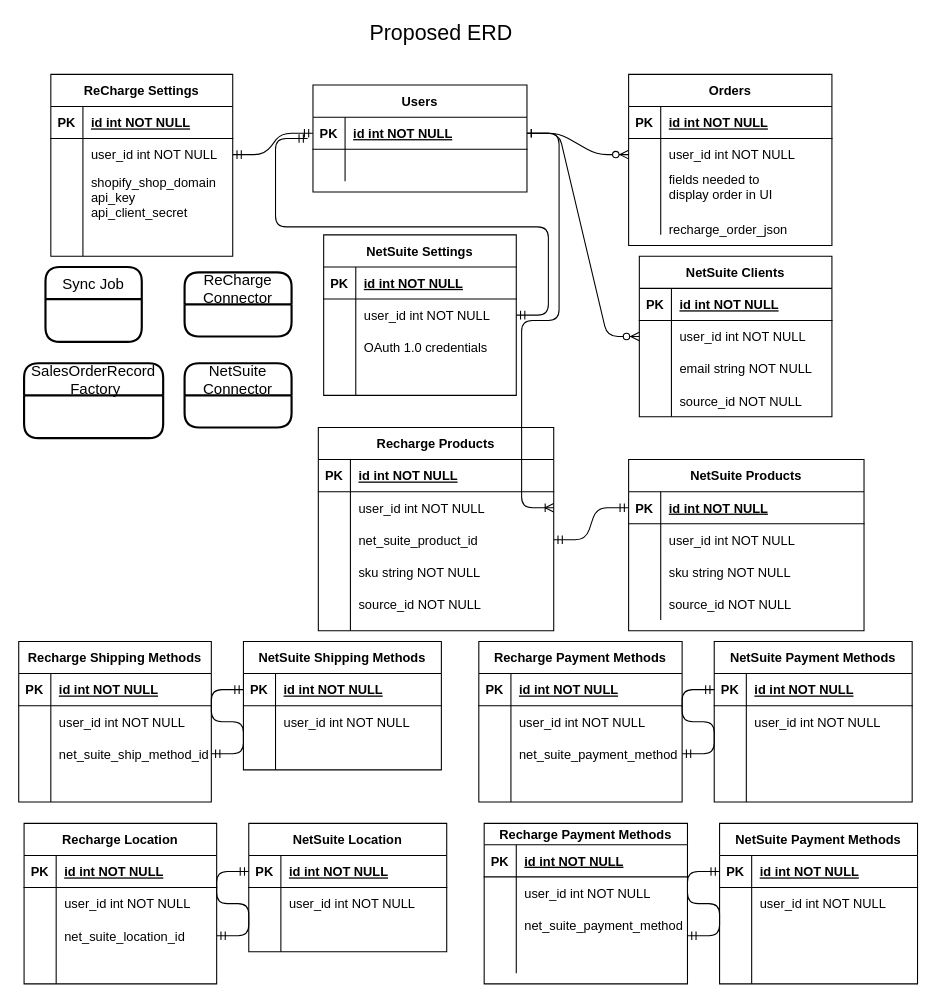
Before: ReChargeERD.drawio in alexrsunrise/diagrams, a draw.io diagram. Source tidied: cells renumbered, new cells numbered last; positions are measured from the earlier drawing's top-left corner, leaving out a move shared by most shapes. Both pictures are drawn from the tidied source at 107%, with x=0, y=0 at pixel (18, 20).
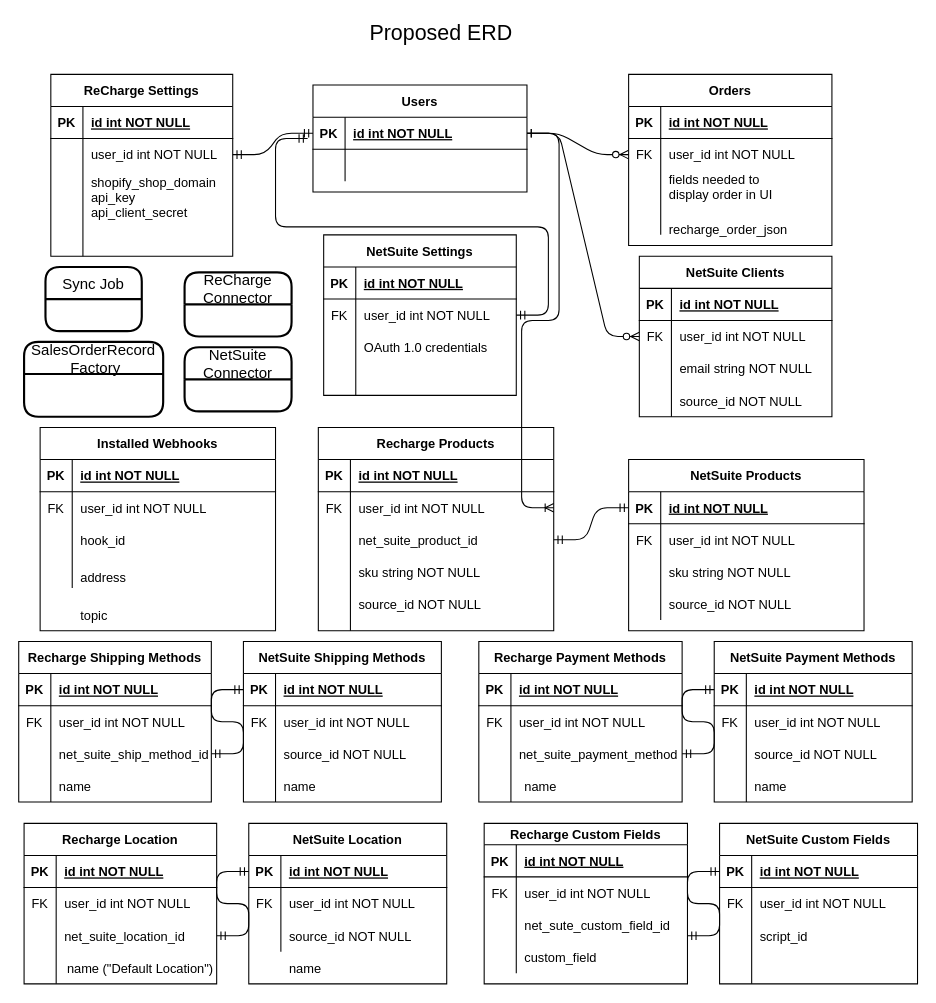
After the change.

Unchanged cells that the change refers to:
```xml
<mxCell id="7" style="shape=partialRectangle;fillColor=none;points=[[0,0.5],[1,0.5]];portConstraint=eastwest;top=0;left=0;right=0;bottom=0;" parent="3" vertex="1">
  <mxGeometry y="60" width="190" height="30" as="geometry" />
</mxCell>
<mxCell id="24" style="shape=partialRectangle;fillColor=none;top=0;left=0;bottom=0;right=0;points=[[0,0.5],[1,0.5]];portConstraint=eastwest;" parent="20" vertex="1">
  <mxGeometry y="60" width="220" height="30" as="geometry" />
</mxCell>
<mxCell id="52" style="shape=partialRectangle;fillColor=none;top=0;left=0;bottom=0;right=0;points=[[0,0.5],[1,0.5]];portConstraint=eastwest;" parent="48" vertex="1">
  <mxGeometry y="60" width="180" height="30" as="geometry" />
</mxCell>
<mxCell id="72" style="shape=partialRectangle;fillColor=none;top=0;left=0;bottom=0;right=0;" parent="68" vertex="1">
  <mxGeometry y="60" width="220" height="30" as="geometry" />
</mxCell>
<mxCell id="86" style="shape=partialRectangle;fillColor=none;top=0;left=0;bottom=0;right=0;points=[[0,0.5],[1,0.5]];portConstraint=eastwest;" parent="82" vertex="1">
  <mxGeometry y="60" width="180" height="30" as="geometry" />
</mxCell>
<mxCell id="105" style="shape=partialRectangle;fillColor=none;top=0;left=0;bottom=0;right=0;" parent="101" vertex="1">
  <mxGeometry y="60" width="185" height="30" as="geometry" />
</mxCell>
<mxCell id="115" style="shape=partialRectangle;fillColor=none;top=0;left=0;bottom=0;right=0;" parent="111" vertex="1">
  <mxGeometry y="60" width="180" height="30" as="geometry" />
</mxCell>
<mxCell id="128" style="shape=partialRectangle;fillColor=none;top=0;left=0;bottom=0;right=0;" parent="124" vertex="1">
  <mxGeometry y="60" width="185" height="30" as="geometry" />
</mxCell>
<mxCell id="141" style="shape=partialRectangle;fillColor=none;top=0;left=0;bottom=0;right=0;" parent="137" vertex="1">
  <mxGeometry y="60" width="190" height="30" as="geometry" />
</mxCell>
<mxCell id="156" style="shape=partialRectangle;fillColor=none;top=0;left=0;bottom=0;right=0;" parent="152" vertex="1">
  <mxGeometry y="60" width="185" height="30" as="geometry" />
</mxCell>
<mxCell id="166" style="shape=partialRectangle;fillColor=none;top=0;left=0;bottom=0;right=0;" parent="162" vertex="1">
  <mxGeometry y="60" width="180" height="30" as="geometry" />
</mxCell>
<mxCell id="179" style="shape=partialRectangle;fillColor=none;top=0;left=0;bottom=0;right=0;" parent="175" vertex="1">
  <mxGeometry y="60" width="185" height="30" as="geometry" />
</mxCell>
<mxCell id="192" style="shape=partialRectangle;fillColor=none;top=0;left=0;bottom=0;right=0;" parent="188" vertex="1">
  <mxGeometry y="50" width="190" height="30" as="geometry" />
</mxCell>
<mxCell id="195" style="shape=partialRectangle;fillColor=none;top=0;left=0;bottom=0;right=0;" parent="188" vertex="1">
  <mxGeometry y="80" width="190" height="30" as="geometry" />
</mxCell>
```

What changed in the source:
```diff
@@
-    <mxCell id="8" style="shape=partialRectangle;overflow=hidden;fillColor=none;top=0;left=0;bottom=0;right=0;" parent="7" vertex="1">
+    <mxCell id="8" value="FK" style="shape=partialRectangle;overflow=hidden;fillColor=none;top=0;left=0;bottom=0;right=0;" parent="7" vertex="1">
       <mxGeometry width="30" height="30" as="geometry" />
     </mxCell>
@@
-    <mxCell id="25" style="shape=partialRectangle;fillColor=none;top=0;left=0;bottom=0;right=0;overflow=hidden;" parent="24" vertex="1">
+    <mxCell id="25" value="FK" style="shape=partialRectangle;fillColor=none;top=0;left=0;bottom=0;right=0;overflow=hidden;" parent="24" vertex="1">
       <mxGeometry width="30" height="30" as="geometry" />
     </mxCell>
@@
-    <mxCell id="53" style="shape=partialRectangle;fillColor=none;top=0;left=0;bottom=0;right=0;overflow=hidden;" parent="52" vertex="1">
+    <mxCell id="53" value="FK" style="shape=partialRectangle;fillColor=none;top=0;left=0;bottom=0;right=0;overflow=hidden;" parent="52" vertex="1">
       <mxGeometry width="30" height="30" as="geometry" />
     </mxCell>
@@
     <mxCell id="63" value="Sync Job" style="swimlane;horizontal=1;startSize=30;rounded=1;fontSize=14;fontStyle=0;strokeWidth=2;shadow=0;dashed=0;align=center;" parent="1" vertex="1">
-      <mxGeometry x="25" y="230" width="90" height="70" as="geometry" />
+      <mxGeometry x="25" y="230" width="90" height="60" as="geometry" />
     </mxCell>
     <mxCell id="64" value="SalesOrderRecord&#10; Factory" style="swimlane;horizontal=1;startSize=30;rounded=1;fontSize=14;fontStyle=0;strokeWidth=2;shadow=0;dashed=0;align=center;" parent="1" vertex="1">
-      <mxGeometry x="5" y="320" width="130" height="70" as="geometry" />
+      <mxGeometry x="5" y="300" width="130" height="70" as="geometry" />
     </mxCell>
@@
     <mxCell id="66" value="NetSuite &#10;Connector" style="swimlane;horizontal=1;startSize=30;rounded=1;fontSize=14;fontStyle=0;strokeWidth=2;shadow=0;dashed=0;align=center;" parent="1" vertex="1">
-      <mxGeometry x="155" y="320" width="100" height="60" as="geometry" />
+      <mxGeometry x="155" y="305" width="100" height="60" as="geometry" />
     </mxCell>
@@
-    <mxCell id="73" style="shape=partialRectangle;fillColor=none;top=0;left=0;bottom=0;right=0;overflow=hidden;" parent="72" vertex="1">
+    <mxCell id="73" value="FK" style="shape=partialRectangle;fillColor=none;top=0;left=0;bottom=0;right=0;overflow=hidden;" parent="72" vertex="1">
       <mxGeometry width="30" height="30" as="geometry" />
     </mxCell>
@@
-    <mxCell id="87" style="shape=partialRectangle;fillColor=none;top=0;left=0;bottom=0;right=0;overflow=hidden;" parent="86" vertex="1">
+    <mxCell id="87" value="FK" style="shape=partialRectangle;fillColor=none;top=0;left=0;bottom=0;right=0;overflow=hidden;" parent="86" vertex="1">
       <mxGeometry width="30" height="30" as="geometry" />
     </mxCell>
@@
     <mxCell id="101" value="NetSuite Shipping Methods" style="shape=table;startSize=30;childLayout=tableLayout;rowLines=0;fontStyle=1;align=center;" parent="1" vertex="1">
-      <mxGeometry x="210" y="580" width="185" height="120" as="geometry" />
+      <mxGeometry x="210" y="580" width="185" height="150" as="geometry" />
     </mxCell>
@@
-    <mxCell id="106" style="shape=partialRectangle;fillColor=none;top=0;left=0;bottom=0;right=0;overflow=hidden;" parent="105" vertex="1">
+    <mxCell id="106" value="FK" style="shape=partialRectangle;fillColor=none;top=0;left=0;bottom=0;right=0;overflow=hidden;" parent="105" vertex="1">
       <mxGeometry width="30" height="30" as="geometry" />
     </mxCell>
@@
     <mxCell id="108" style="shape=partialRectangle;fillColor=none;top=0;left=0;bottom=0;right=0;" parent="101" vertex="1">
-      <mxGeometry y="90" width="185" height="30" as="geometry" />
+      <mxGeometry y="90" width="185" height="60" as="geometry" />
     </mxCell>
     <mxCell id="109" style="shape=partialRectangle;fillColor=none;top=0;left=0;bottom=0;right=0;overflow=hidden;" parent="108" vertex="1">
-      <mxGeometry width="30" height="30" as="geometry" />
+      <mxGeometry width="30" height="60" as="geometry" />
     </mxCell>
     <mxCell id="110" style="shape=partialRectangle;fillColor=none;top=0;left=0;bottom=0;right=0;align=left;spacingLeft=6;overflow=hidden;" parent="108" vertex="1">
-      <mxGeometry x="30" width="155" height="30" as="geometry" />
+      <mxGeometry x="30" width="155" height="60" as="geometry" />
     </mxCell>
@@
-    <mxCell id="116" style="shape=partialRectangle;fillColor=none;top=0;left=0;bottom=0;right=0;overflow=hidden;" parent="115" vertex="1">
+    <mxCell id="116" value="FK" style="shape=partialRectangle;fillColor=none;top=0;left=0;bottom=0;right=0;overflow=hidden;" parent="115" vertex="1">
       <mxGeometry width="30" height="30" as="geometry" />
     </mxCell>
@@
-    <mxCell id="129" style="shape=partialRectangle;fillColor=none;top=0;left=0;bottom=0;right=0;overflow=hidden;" parent="128" vertex="1">
+    <mxCell id="129" value="FK" style="shape=partialRectangle;fillColor=none;top=0;left=0;bottom=0;right=0;overflow=hidden;" parent="128" vertex="1">
       <mxGeometry width="30" height="30" as="geometry" />
     </mxCell>
@@
-    <mxCell id="142" style="shape=partialRectangle;fillColor=none;top=0;left=0;bottom=0;right=0;overflow=hidden;" parent="141" vertex="1">
+    <mxCell id="142" value="FK" style="shape=partialRectangle;fillColor=none;top=0;left=0;bottom=0;right=0;overflow=hidden;" parent="141" vertex="1">
       <mxGeometry width="30" height="30" as="geometry" />
     </mxCell>
@@
     <mxCell id="152" value="NetSuite Location" style="shape=table;startSize=30;childLayout=tableLayout;rowLines=0;fontStyle=1;align=center;" parent="1" vertex="1">
-      <mxGeometry x="215" y="750" width="185" height="120" as="geometry" />
+      <mxGeometry x="215" y="750" width="185" height="150" as="geometry" />
     </mxCell>
@@
-    <mxCell id="157" style="shape=partialRectangle;fillColor=none;top=0;left=0;bottom=0;right=0;overflow=hidden;" parent="156" vertex="1">
+    <mxCell id="157" value="FK" style="shape=partialRectangle;fillColor=none;top=0;left=0;bottom=0;right=0;overflow=hidden;" parent="156" vertex="1">
       <mxGeometry width="30" height="30" as="geometry" />
     </mxCell>
@@
-    <mxCell id="167" style="shape=partialRectangle;fillColor=none;top=0;left=0;bottom=0;right=0;overflow=hidden;" parent="166" vertex="1">
+    <mxCell id="167" value="FK" style="shape=partialRectangle;fillColor=none;top=0;left=0;bottom=0;right=0;overflow=hidden;" parent="166" vertex="1">
       <mxGeometry width="30" height="30" as="geometry" />
     </mxCell>
@@
-    <mxCell id="175" value="NetSuite Payment Methods" style="shape=table;startSize=30;childLayout=tableLayout;rowLines=0;fontStyle=1;align=center;" parent="1" vertex="1">
+    <mxCell id="175" value="NetSuite Custom Fields" style="shape=table;startSize=30;childLayout=tableLayout;rowLines=0;fontStyle=1;align=center;" parent="1" vertex="1">
       <mxGeometry x="655" y="750" width="185" height="150" as="geometry" />
     </mxCell>
@@
-    <mxCell id="180" style="shape=partialRectangle;fillColor=none;top=0;left=0;bottom=0;right=0;overflow=hidden;" parent="179" vertex="1">
+    <mxCell id="180" value="FK" style="shape=partialRectangle;fillColor=none;top=0;left=0;bottom=0;right=0;overflow=hidden;" parent="179" vertex="1">
       <mxGeometry width="30" height="30" as="geometry" />
     </mxCell>
@@
-    <mxCell id="188" value="Recharge Payment Methods" style="shape=table;startSize=20;childLayout=tableLayout;rowLines=0;fontStyle=1;align=center;" parent="1" vertex="1">
+    <mxCell id="188" value="Recharge Custom Fields" style="shape=table;startSize=20;childLayout=tableLayout;rowLines=0;fontStyle=1;align=center;" parent="1" vertex="1">
       <mxGeometry x="435" y="750" width="190" height="150" as="geometry" />
     </mxCell>
@@
-    <mxCell id="193" style="shape=partialRectangle;fillColor=none;top=0;left=0;bottom=0;right=0;overflow=hidden;" parent="192" vertex="1">
+    <mxCell id="193" value="FK" style="shape=partialRectangle;fillColor=none;top=0;left=0;bottom=0;right=0;overflow=hidden;" parent="192" vertex="1">
       <mxGeometry width="30" height="30" as="geometry" />
     </mxCell>
@@
-    <mxCell id="197" value="net_suite_payment_method" style="shape=partialRectangle;fillColor=none;top=0;left=0;bottom=0;right=0;align=left;spacingLeft=6;overflow=hidden;" parent="195" vertex="1">
+    <mxCell id="197" value="net_sute_custom_field_id" style="shape=partialRectangle;fillColor=none;top=0;left=0;bottom=0;right=0;align=left;spacingLeft=6;overflow=hidden;" parent="195" vertex="1">
       <mxGeometry x="30" width="160" height="30" as="geometry" />
     </mxCell>
@@
+    <mxCell id="203" value="script_id" style="shape=partialRectangle;fillColor=none;top=0;left=0;bottom=0;right=0;align=left;spacingLeft=6;overflow=hidden;" parent="1" vertex="1">
+      <mxGeometry x="685" y="840" width="155" height="30" as="geometry" />
+    </mxCell>
+    <mxCell id="204" value="custom_field" style="shape=partialRectangle;fillColor=none;top=0;left=0;bottom=0;right=0;align=left;spacingLeft=6;overflow=hidden;" parent="1" vertex="1">
+      <mxGeometry x="465" y="860" width="160" height="30" as="geometry" />
+    </mxCell>
+    <mxCell id="205" value="source_id NOT NULL" style="shape=partialRectangle;fillColor=none;top=0;left=0;bottom=0;right=0;align=left;spacingLeft=6;overflow=hidden;" parent="1" vertex="1">
+      <mxGeometry x="245" y="840" width="155" height="30" as="geometry" />
+    </mxCell>
+    <mxCell id="206" value="source_id NOT NULL" style="shape=partialRectangle;fillColor=none;top=0;left=0;bottom=0;right=0;align=left;spacingLeft=6;overflow=hidden;" parent="1" vertex="1">
+      <mxGeometry x="680" y="670" width="155" height="30" as="geometry" />
+    </mxCell>
+    <mxCell id="207" value="source_id NOT NULL" style="shape=partialRectangle;fillColor=none;top=0;left=0;bottom=0;right=0;align=left;spacingLeft=6;overflow=hidden;" parent="1" vertex="1">
+      <mxGeometry x="240" y="675" width="155" height="20" as="geometry" />
+    </mxCell>
+    <mxCell id="208" value="name" style="shape=partialRectangle;fillColor=none;top=0;left=0;bottom=0;right=0;align=left;spacingLeft=6;overflow=hidden;" parent="1" vertex="1">
+      <mxGeometry x="680" y="700" width="155" height="30" as="geometry" />
+    </mxCell>
+    <mxCell id="209" value="name" style="shape=partialRectangle;fillColor=none;top=0;left=0;bottom=0;right=0;align=left;spacingLeft=6;overflow=hidden;" parent="1" vertex="1">
+      <mxGeometry x="465" y="700" width="155" height="30" as="geometry" />
+    </mxCell>
+    <mxCell id="210" value="name" style="shape=partialRectangle;fillColor=none;top=0;left=0;bottom=0;right=0;align=left;spacingLeft=6;overflow=hidden;" parent="1" vertex="1">
+      <mxGeometry x="240" y="700" width="155" height="30" as="geometry" />
+    </mxCell>
+    <mxCell id="211" value="name" style="shape=partialRectangle;fillColor=none;top=0;left=0;bottom=0;right=0;align=left;spacingLeft=6;overflow=hidden;" parent="1" vertex="1">
+      <mxGeometry x="30" y="700" width="155" height="30" as="geometry" />
+    </mxCell>
+    <mxCell id="212" value="name (&quot;Default Location&quot;)" style="shape=partialRectangle;fillColor=none;top=0;left=0;bottom=0;right=0;align=left;spacingLeft=6;overflow=hidden;" parent="1" vertex="1">
+      <mxGeometry x="37.5" y="870" width="155" height="30" as="geometry" />
+    </mxCell>
+    <mxCell id="213" value="Installed Webhooks" style="shape=table;startSize=30;childLayout=tableLayout;rowLines=0;fontStyle=1;align=center;" parent="1" vertex="1">
+      <mxGeometry x="20" y="380" width="220" height="190" as="geometry" />
+    </mxCell>
+    <mxCell id="214" style="shape=partialRectangle;fillColor=none;top=0;left=0;bottom=1;right=0;" parent="213" vertex="1">
+      <mxGeometry y="30" width="220" height="30" as="geometry" />
+    </mxCell>
+    <mxCell id="215" value="PK" style="shape=partialRectangle;fillColor=none;top=0;left=0;bottom=0;right=0;fontStyle=1;overflow=hidden;" parent="214" vertex="1">
+      <mxGeometry width="30" height="30" as="geometry" />
+    </mxCell>
+    <mxCell id="216" value="id int NOT NULL" style="shape=partialRectangle;fillColor=none;top=0;left=0;bottom=0;right=0;align=left;spacingLeft=6;fontStyle=5;overflow=hidden;" parent="214" vertex="1">
+      <mxGeometry x="30" width="190" height="30" as="geometry" />
+    </mxCell>
+    <mxCell id="217" style="shape=partialRectangle;fillColor=none;top=0;left=0;bottom=0;right=0;" parent="213" vertex="1">
+      <mxGeometry y="60" width="220" height="30" as="geometry" />
+    </mxCell>
+    <mxCell id="218" value="FK" style="shape=partialRectangle;fillColor=none;top=0;left=0;bottom=0;right=0;overflow=hidden;" parent="217" vertex="1">
+      <mxGeometry width="30" height="30" as="geometry" />
+    </mxCell>
+    <mxCell id="219" value="user_id int NOT NULL" style="shape=partialRectangle;fillColor=none;top=0;left=0;bottom=0;right=0;align=left;spacingLeft=6;overflow=hidden;" parent="217" vertex="1">
+      <mxGeometry x="30" width="190" height="30" as="geometry" />
+    </mxCell>
+    <mxCell id="220" style="shape=partialRectangle;fillColor=none;top=0;left=0;bottom=0;right=0;" parent="213" vertex="1">
+      <mxGeometry y="90" width="220" height="30" as="geometry" />
+    </mxCell>
+    <mxCell id="221" style="shape=partialRectangle;fillColor=none;top=0;left=0;bottom=0;right=0;overflow=hidden;" parent="220" vertex="1">
+      <mxGeometry width="30" height="30" as="geometry" />
+    </mxCell>
+    <mxCell id="222" value="hook_id" style="shape=partialRectangle;fillColor=none;top=0;left=0;bottom=0;right=0;align=left;spacingLeft=6;overflow=hidden;" parent="220" vertex="1">
+      <mxGeometry x="30" width="190" height="30" as="geometry" />
+    </mxCell>
+    <mxCell id="223" style="shape=partialRectangle;fillColor=none;top=0;left=0;bottom=0;right=0;" parent="213" vertex="1">
+      <mxGeometry y="120" width="220" height="30" as="geometry" />
+    </mxCell>
+    <mxCell id="224" style="shape=partialRectangle;fillColor=none;top=0;left=0;bottom=0;right=0;overflow=hidden;" parent="223" vertex="1">
+      <mxGeometry width="30" height="30" as="geometry" />
+    </mxCell>
+    <mxCell id="225" style="shape=partialRectangle;fillColor=none;top=0;left=0;bottom=0;right=0;align=left;spacingLeft=6;overflow=hidden;" parent="223" vertex="1">
+      <mxGeometry x="30" width="190" height="30" as="geometry" />
+    </mxCell>
+    <mxCell id="226" value="name" style="shape=partialRectangle;fillColor=none;top=0;left=0;bottom=0;right=0;align=left;spacingLeft=6;overflow=hidden;" parent="1" vertex="1">
+      <mxGeometry x="245" y="870" width="155" height="30" as="geometry" />
+    </mxCell>
+    <mxCell id="227" value="address" style="shape=partialRectangle;fillColor=none;top=0;left=0;bottom=0;right=0;align=left;spacingLeft=6;overflow=hidden;" parent="1" vertex="1">
+      <mxGeometry x="50" y="505" width="190" height="30" as="geometry" />
+    </mxCell>
+    <mxCell id="228" value="topic" style="shape=partialRectangle;fillColor=none;top=0;left=0;bottom=0;right=0;align=left;spacingLeft=6;overflow=hidden;" parent="1" vertex="1">
+      <mxGeometry x="50" y="540" width="190" height="30" as="geometry" />
+    </mxCell>
```
